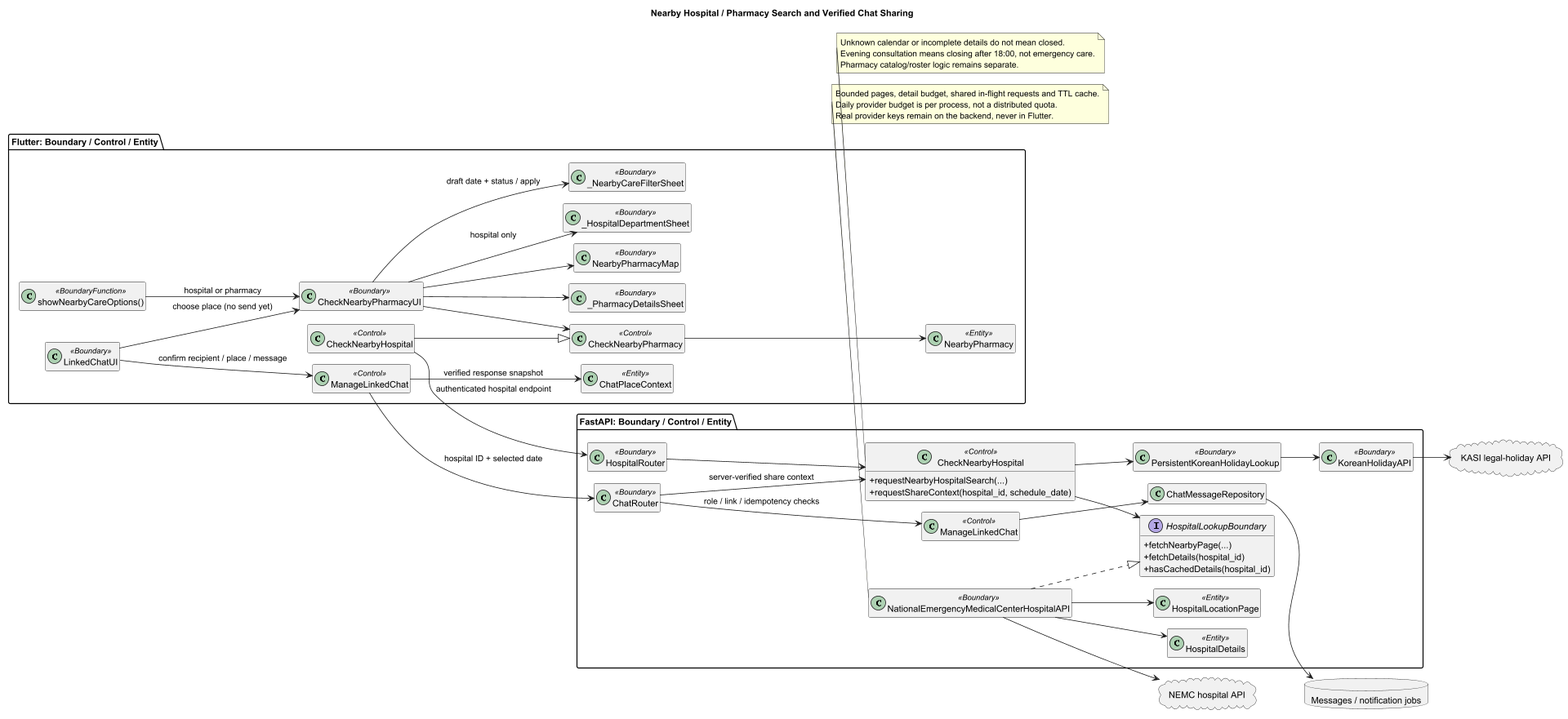
Earlier version of the PlantUML export docs/UML/class/07_NearbyCare.png (1window2/MedBuddy). The source it was exported from:
```plantuml
@startuml
allowmixing
!pragma layout smetana
scale max 1920 width
left to right direction
skinparam backgroundColor white
skinparam shadowing false
skinparam classAttributeIconSize 0
hide empty members
title Nearby Hospital / Pharmacy Search and Verified Chat Sharing

package "Flutter: Boundary / Control / Entity" {
  class "showNearbyCareOptions()" as NearbyCareOptionsSheet <<BoundaryFunction>>
  class CheckNearbyPharmacyUI <<Boundary>>
  class "_HospitalDepartmentSheet" as HospitalDepartmentSheet <<Boundary>>
  class "_NearbyCareFilterSheet" as NearbyCareFilterSheet <<Boundary>>
  class "_PharmacyDetailsSheet" as PharmacyDetailsSheet <<Boundary>>
  class "NearbyPharmacyMap" as NearbyPharmacyMapWidget <<Boundary>>
  class "CheckNearbyPharmacy" as FPharmacy <<Control>>
  class "CheckNearbyHospital" as FHospital <<Control>>
  class NearbyPharmacy <<Entity>>
  class LinkedChatUI <<Boundary>>
  class "ManageLinkedChat" as FChat <<Control>>
  class ChatPlaceContext <<Entity>>
}
package "FastAPI: Boundary / Control / Entity" {
  class HospitalRouter <<Boundary>>
  class ChatRouter <<Boundary>>
  class "CheckNearbyHospital" as BHospital <<Control>> {
    + requestNearbyHospitalSearch(...)
    + requestShareContext(hospital_id, schedule_date)
  }
  interface HospitalLookupBoundary {
    + fetchNearbyPage(...)
    + fetchDetails(hospital_id)
    + hasCachedDetails(hospital_id)
  }
  class NationalEmergencyMedicalCenterHospitalAPI <<Boundary>>
  class KoreanHolidayAPI <<Boundary>>
  class PersistentKoreanHolidayLookup <<Boundary>>
  class "ManageLinkedChat" as BChat <<Control>>
  class HospitalDetails <<Entity>>
  class HospitalLocationPage <<Entity>>
  class ChatMessageRepository
}
cloud "NEMC hospital API" as NEMC
cloud "KASI legal-holiday API" as KASI
database "Messages / notification jobs" as DB

NearbyCareOptionsSheet --> CheckNearbyPharmacyUI : hospital or pharmacy
CheckNearbyPharmacyUI --> HospitalDepartmentSheet : hospital only
CheckNearbyPharmacyUI --> NearbyCareFilterSheet : draft date + status / apply
CheckNearbyPharmacyUI --> PharmacyDetailsSheet
CheckNearbyPharmacyUI --> NearbyPharmacyMapWidget
CheckNearbyPharmacyUI --> FPharmacy
FHospital --|> FPharmacy
FHospital --> HospitalRouter : authenticated hospital endpoint
FPharmacy --> NearbyPharmacy
HospitalRouter --> BHospital
BHospital --> HospitalLookupBoundary
NationalEmergencyMedicalCenterHospitalAPI ..|> HospitalLookupBoundary
NationalEmergencyMedicalCenterHospitalAPI --> NEMC
NationalEmergencyMedicalCenterHospitalAPI --> HospitalDetails
NationalEmergencyMedicalCenterHospitalAPI --> HospitalLocationPage
BHospital --> PersistentKoreanHolidayLookup
PersistentKoreanHolidayLookup --> KoreanHolidayAPI
KoreanHolidayAPI --> KASI
LinkedChatUI --> CheckNearbyPharmacyUI : choose place (no send yet)
LinkedChatUI --> FChat : confirm recipient / place / message
FChat --> ChatRouter : hospital ID + selected date
ChatRouter --> BHospital : server-verified share context
ChatRouter --> BChat : role / link / idempotency checks
BChat --> ChatMessageRepository
ChatMessageRepository --> DB
FChat --> ChatPlaceContext : verified response snapshot

note bottom of NationalEmergencyMedicalCenterHospitalAPI
  Bounded pages, detail budget, shared in-flight requests and TTL cache.
  Daily provider budget is per process, not a distributed quota.
  Real provider keys remain on the backend, never in Flutter.
end note
note bottom of BHospital
  Unknown calendar or incomplete details do not mean closed.
  Evening consultation means closing after 18:00, not emergency care.
  Pharmacy catalog/roster logic remains separate.
end note
@enduml
```
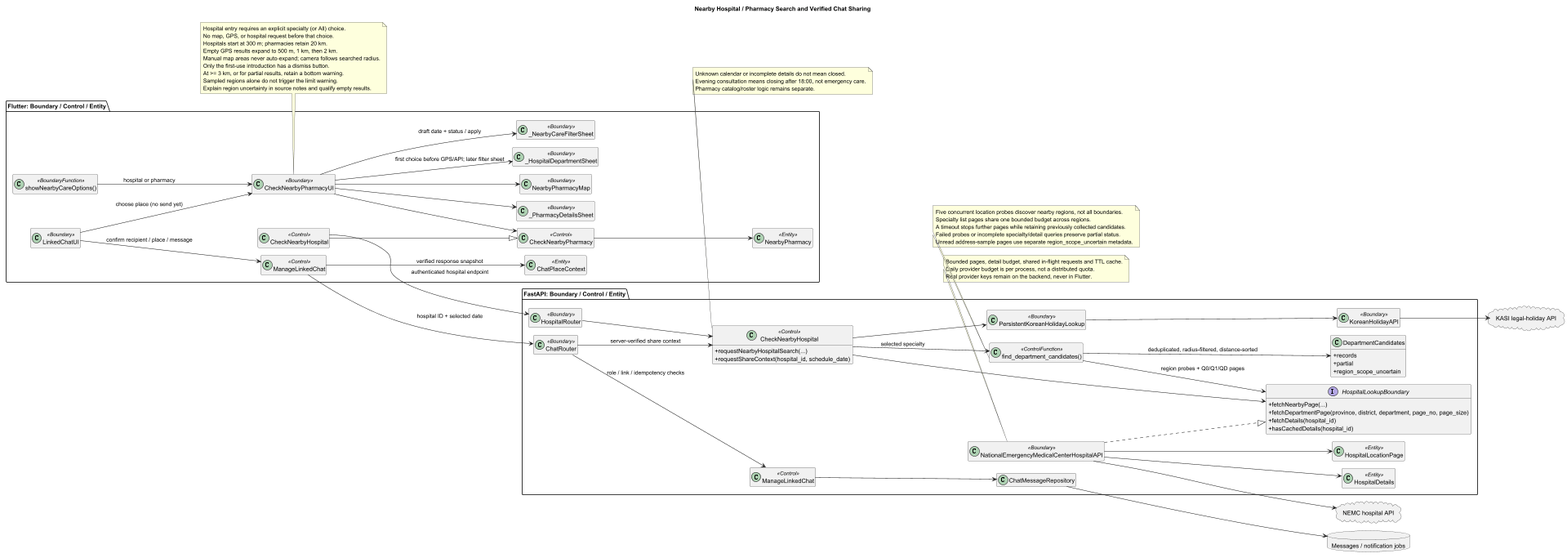
Above is the later version.

Commit message:
docs: align nearby hospital designs with specialty-first search

Diff of the diagram source:
```diff
@@ -32,6 +32,7 @@
   }
   interface HospitalLookupBoundary {
     + fetchNearbyPage(...)
+    + fetchDepartmentPage(province, district, department, page_no, page_size)
     + fetchDetails(hospital_id)
     + hasCachedDetails(hospital_id)
   }
@@ -41,6 +42,12 @@
   class "ManageLinkedChat" as BChat <<Control>>
   class HospitalDetails <<Entity>>
   class HospitalLocationPage <<Entity>>
+  class "find_department_candidates()" as DepartmentSearch <<ControlFunction>>
+  class DepartmentCandidates {
+    + records
+    + partial
+    + region_scope_uncertain
+  }
   class ChatMessageRepository
 }
 cloud "NEMC hospital API" as NEMC
@@ -48,7 +55,7 @@
 database "Messages / notification jobs" as DB
 
 NearbyCareOptionsSheet --> CheckNearbyPharmacyUI : hospital or pharmacy
-CheckNearbyPharmacyUI --> HospitalDepartmentSheet : hospital only
+CheckNearbyPharmacyUI --> HospitalDepartmentSheet : first choice before GPS/API; later filter sheet
 CheckNearbyPharmacyUI --> NearbyCareFilterSheet : draft date + status / apply
 CheckNearbyPharmacyUI --> PharmacyDetailsSheet
 CheckNearbyPharmacyUI --> NearbyPharmacyMapWidget
@@ -58,6 +65,9 @@
 FPharmacy --> NearbyPharmacy
 HospitalRouter --> BHospital
 BHospital --> HospitalLookupBoundary
+BHospital --> DepartmentSearch : selected specialty
+DepartmentSearch --> HospitalLookupBoundary : region probes + Q0/Q1/QD pages
+DepartmentSearch --> DepartmentCandidates : deduplicated, radius-filtered, distance-sorted
 NationalEmergencyMedicalCenterHospitalAPI ..|> HospitalLookupBoundary
 NationalEmergencyMedicalCenterHospitalAPI --> NEMC
 NationalEmergencyMedicalCenterHospitalAPI --> HospitalDetails
@@ -84,4 +94,22 @@
   Evening consultation means closing after 18:00, not emergency care.
   Pharmacy catalog/roster logic remains separate.
 end note
+note bottom of DepartmentSearch
+  Five concurrent location probes discover nearby regions, not all boundaries.
+  Specialty list pages share one bounded budget across regions.
+  A timeout stops further pages while retaining previously collected candidates.
+  Failed probes or incomplete specialty/detail queries preserve partial status.
+  Unread address-sample pages use separate region_scope_uncertain metadata.
+end note
+note bottom of CheckNearbyPharmacyUI
+  Hospital entry requires an explicit specialty (or All) choice.
+  No map, GPS, or hospital request before that choice.
+  Hospitals start at 300 m; pharmacies retain 20 km.
+  Empty GPS results expand to 500 m, 1 km, then 2 km.
+  Manual map areas never auto-expand; camera follows searched radius.
+  Only the first-use introduction has a dismiss button.
+  At >= 3 km, or for partial results, retain a bottom warning.
+  Sampled regions alone do not trigger the limit warning.
+  Explain region uncertainty in source notes and qualify empty results.
+end note
 @enduml
```
